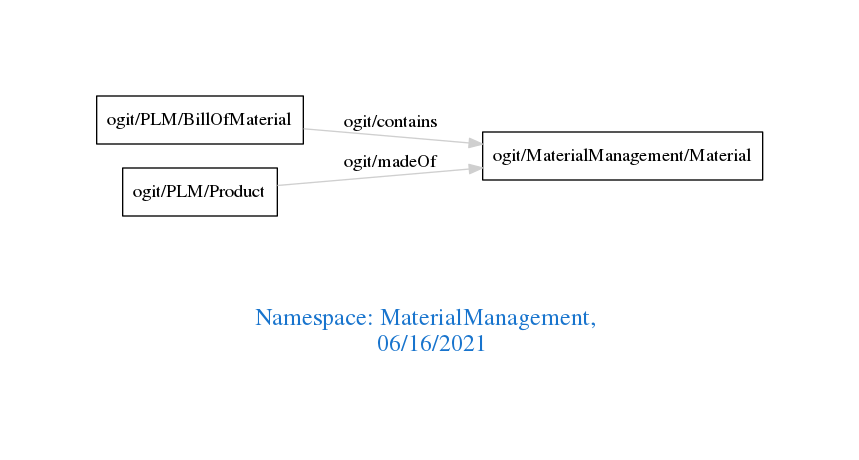
Before: downloads/MaterialManagement.png, a diagram exported from Graphviz (arago/OGIT). Its source is kept beside it as downloads/MaterialManagement.dot.
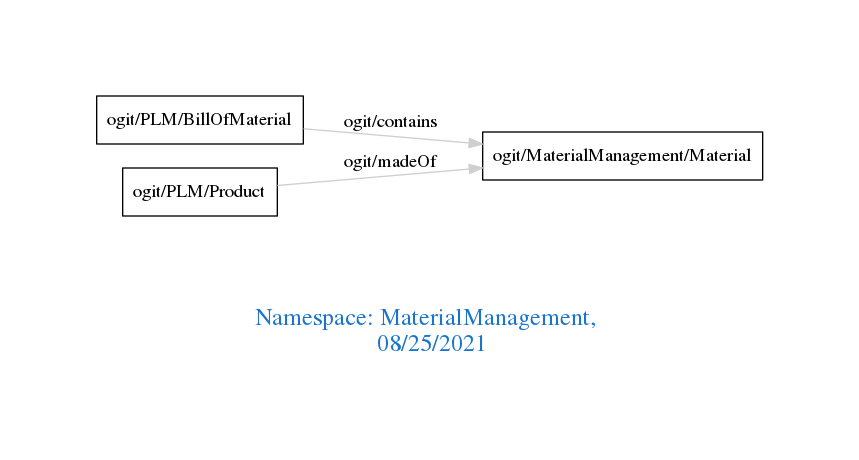
After the change.

What changed in the source:
```diff
@@ -1,7 +1,7 @@
 digraph OGIT_ontology {
  graph [ rankdir= LR,pad=1
 fontsize = 18,
-fontcolor= dodgerblue3,label = "\n\n\nNamespace: MaterialManagement, \n 06/16/2021"];
+fontcolor= dodgerblue3,label = "\n\n\nNamespace: MaterialManagement, \n 08/25/2021"];
 node[shape=polygon];
 edge [  color="gray81"];
 
```
